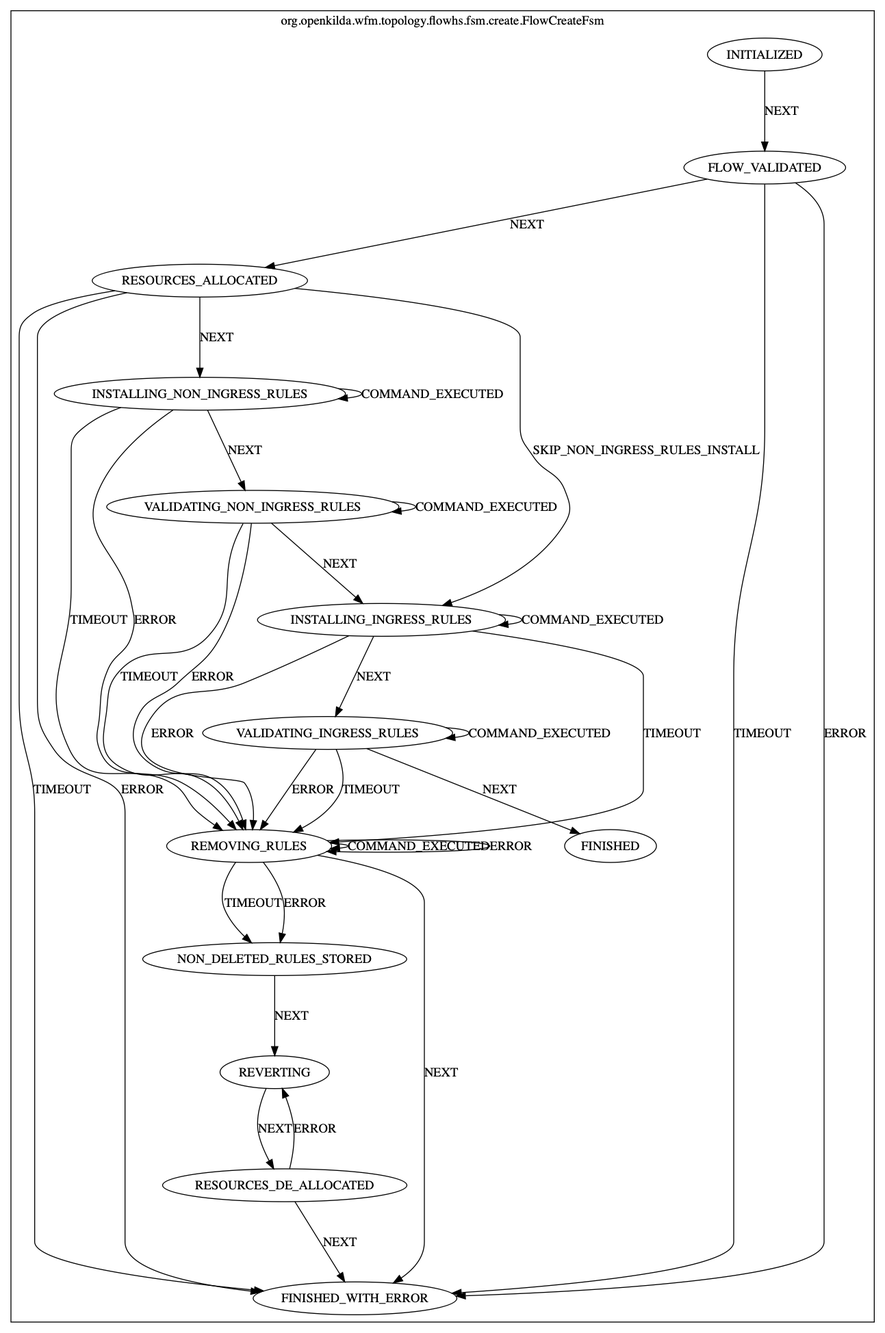
The Graphviz diagram docs/design/hub-and-spoke/crud/create/flow-create-fsm.png in telstra/open-kilda, before a commit. Its source is kept beside it as docs/design/hub-and-spoke/crud/create/flow-create-fsm.dot.
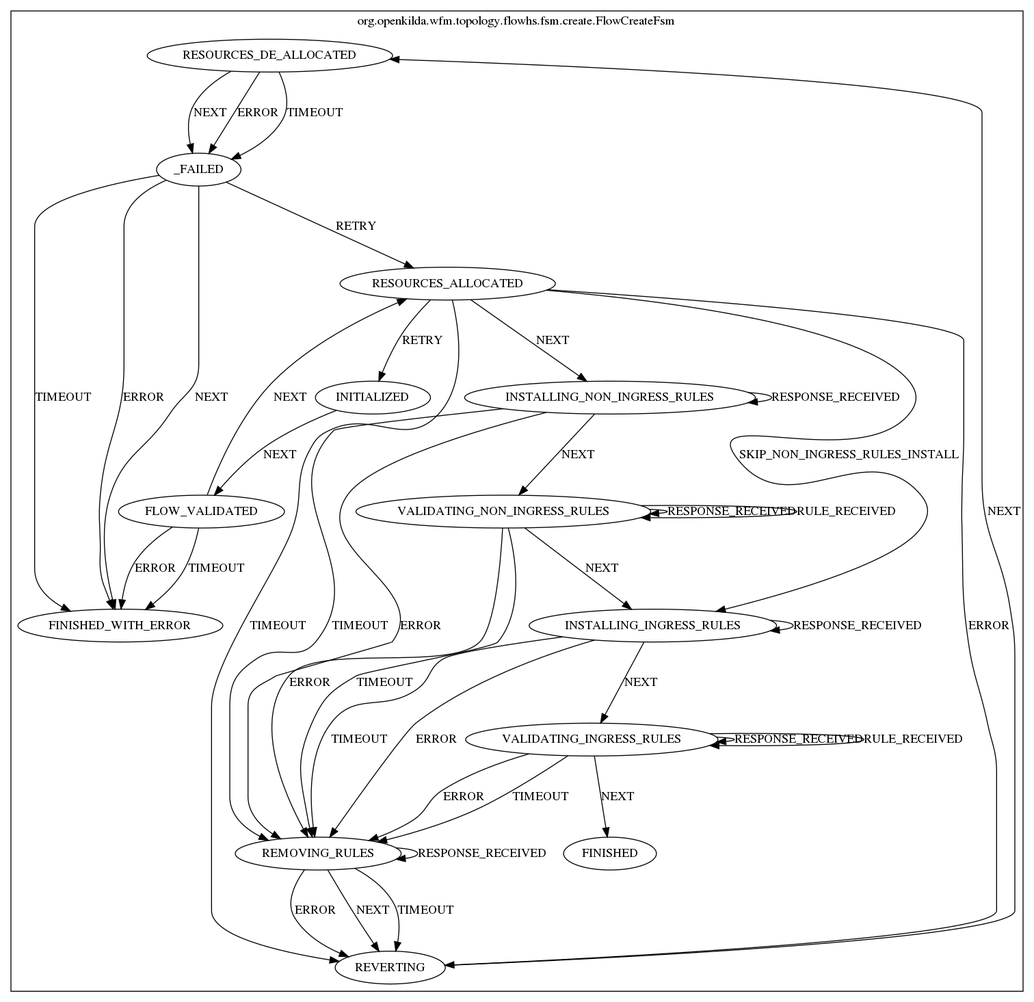
The same file after the commit.

The edit, as a diff of the source:
```diff
@@ -2,50 +2,56 @@
 compound=true;
 subgraph cluster_StateMachine {
 label="org.openkilda.wfm.topology.flowhs.fsm.create.FlowCreateFsm";
-INSTALLING_INGRESS_RULES [label="INSTALLING_INGRESS_RULES"];
-FLOW_VALIDATED [label="FLOW_VALIDATED"];
-REVERTING [label="REVERTING"];
-REMOVING_RULES [label="REMOVING_RULES"];
-NON_DELETED_RULES_STORED [label="NON_DELETED_RULES_STORED"];
+RESOURCES_DE_ALLOCATED [label="RESOURCES_DE_ALLOCATED"];
+RESOURCES_ALLOCATED [label="RESOURCES_ALLOCATED"];
 INITIALIZED [label="INITIALIZED"];
 VALIDATING_NON_INGRESS_RULES [label="VALIDATING_NON_INGRESS_RULES"];
+_FAILED [label="_FAILED"];
+VALIDATING_INGRESS_RULES [label="VALIDATING_INGRESS_RULES"];
 FINISHED [label="FINISHED"];
-RESOURCES_DE_ALLOCATED [label="RESOURCES_DE_ALLOCATED"];
-RESOURCES_ALLOCATED [label="RESOURCES_ALLOCATED"];
-VALIDATING_INGRESS_RULES [label="VALIDATING_INGRESS_RULES"];
+REVERTING [label="REVERTING"];
+FLOW_VALIDATED [label="FLOW_VALIDATED"];
+INSTALLING_INGRESS_RULES [label="INSTALLING_INGRESS_RULES"];
+FINISHED_WITH_ERROR [label="FINISHED_WITH_ERROR"];
 INSTALLING_NON_INGRESS_RULES [label="INSTALLING_NON_INGRESS_RULES"];
-FINISHED_WITH_ERROR [label="FINISHED_WITH_ERROR"];
+REMOVING_RULES [label="REMOVING_RULES"];
 
-INSTALLING_INGRESS_RULES -> INSTALLING_INGRESS_RULES [ label="COMMAND_EXECUTED"];
+RESOURCES_DE_ALLOCATED -> _FAILED [ label="ERROR"];
+RESOURCES_DE_ALLOCATED -> _FAILED [ label="TIMEOUT"];
+RESOURCES_DE_ALLOCATED -> _FAILED [ label="NEXT"];
+RESOURCES_ALLOCATED -> INITIALIZED [ label="RETRY"];
+RESOURCES_ALLOCATED -> INSTALLING_INGRESS_RULES [ label="SKIP_NON_INGRESS_RULES_INSTALL"];
+RESOURCES_ALLOCATED -> INSTALLING_NON_INGRESS_RULES [ label="NEXT"];
+RESOURCES_ALLOCATED -> REVERTING [ label="TIMEOUT"];
+RESOURCES_ALLOCATED -> REVERTING [ label="ERROR"];
+INITIALIZED -> FLOW_VALIDATED [ label="NEXT"];
+VALIDATING_NON_INGRESS_RULES -> VALIDATING_NON_INGRESS_RULES [ label="RESPONSE_RECEIVED"];
+VALIDATING_NON_INGRESS_RULES -> VALIDATING_NON_INGRESS_RULES [ label="RULE_RECEIVED"];
+VALIDATING_NON_INGRESS_RULES -> INSTALLING_INGRESS_RULES [ label="NEXT"];
+VALIDATING_NON_INGRESS_RULES -> REMOVING_RULES [ label="TIMEOUT"];
+VALIDATING_NON_INGRESS_RULES -> REMOVING_RULES [ label="ERROR"];
+_FAILED -> FINISHED_WITH_ERROR [ label="NEXT"];
+_FAILED -> RESOURCES_ALLOCATED [ label="RETRY"];
+_FAILED -> FINISHED_WITH_ERROR [ label="ERROR"];
+_FAILED -> FINISHED_WITH_ERROR [ label="TIMEOUT"];
+VALIDATING_INGRESS_RULES -> VALIDATING_INGRESS_RULES [ label="RESPONSE_RECEIVED"];
+VALIDATING_INGRESS_RULES -> VALIDATING_INGRESS_RULES [ label="RULE_RECEIVED"];
+VALIDATING_INGRESS_RULES -> FINISHED [ label="NEXT"];
+VALIDATING_INGRESS_RULES -> REMOVING_RULES [ label="TIMEOUT"];
+VALIDATING_INGRESS_RULES -> REMOVING_RULES [ label="ERROR"];
+REVERTING -> RESOURCES_DE_ALLOCATED [ label="NEXT"];
+FLOW_VALIDATED -> RESOURCES_ALLOCATED [ label="NEXT"];
+FLOW_VALIDATED -> FINISHED_WITH_ERROR [ label="TIMEOUT"];
+FLOW_VALIDATED -> FINISHED_WITH_ERROR [ label="ERROR"];
+INSTALLING_INGRESS_RULES -> INSTALLING_INGRESS_RULES [ label="RESPONSE_RECEIVED"];
 INSTALLING_INGRESS_RULES -> VALIDATING_INGRESS_RULES [ label="NEXT"];
 INSTALLING_INGRESS_RULES -> REMOVING_RULES [ label="TIMEOUT"];
 INSTALLING_INGRESS_RULES -> REMOVING_RULES [ label="ERROR"];
-FLOW_VALIDATED -> RESOURCES_ALLOCATED [ label="NEXT"];
-FLOW_VALIDATED -> FINISHED_WITH_ERROR [ label="TIMEOUT"];
-FLOW_VALIDATED -> FINISHED_WITH_ERROR [ label="ERROR"];
-REVERTING -> RESOURCES_DE_ALLOCATED [ label="NEXT"];
-REMOVING_RULES -> REMOVING_RULES [ label="COMMAND_EXECUTED"];
-REMOVING_RULES -> REMOVING_RULES [ label="ERROR"];
-REMOVING_RULES -> FINISHED_WITH_ERROR [ label="NEXT"];
-REMOVING_RULES -> NON_DELETED_RULES_STORED [ label="TIMEOUT"];
-REMOVING_RULES -> NON_DELETED_RULES_STORED [ label="ERROR"];
-NON_DELETED_RULES_STORED -> REVERTING [ label="NEXT"];
-INITIALIZED -> FLOW_VALIDATED [ label="NEXT"];
-VALIDATING_NON_INGRESS_RULES -> VALIDATING_NON_INGRESS_RULES [ label="COMMAND_EXECUTED"];
-VALIDATING_NON_INGRESS_RULES -> INSTALLING_INGRESS_RULES [ label="NEXT"];
-VALIDATING_NON_INGRESS_RULES -> REMOVING_RULES [ label="TIMEOUT"];
-VALIDATING_NON_INGRESS_RULES -> REMOVING_RULES [ label="ERROR"];
-RESOURCES_DE_ALLOCATED -> REVERTING [ label="ERROR"];
-RESOURCES_DE_ALLOCATED -> FINISHED_WITH_ERROR [ label="NEXT"];
-RESOURCES_ALLOCATED -> INSTALLING_INGRESS_RULES [ label="SKIP_NON_INGRESS_RULES_INSTALL"];
-RESOURCES_ALLOCATED -> INSTALLING_NON_INGRESS_RULES [ label="NEXT"];
-RESOURCES_ALLOCATED -> FINISHED_WITH_ERROR [ label="TIMEOUT"];
-RESOURCES_ALLOCATED -> FINISHED_WITH_ERROR [ label="ERROR"];
-VALIDATING_INGRESS_RULES -> VALIDATING_INGRESS_RULES [ label="COMMAND_EXECUTED"];
-VALIDATING_INGRESS_RULES -> FINISHED [ label="NEXT"];
-VALIDATING_INGRESS_RULES -> REMOVING_RULES [ label="TIMEOUT"];
-VALIDATING_INGRESS_RULES -> REMOVING_RULES [ label="ERROR"];
-INSTALLING_NON_INGRESS_RULES -> INSTALLING_NON_INGRESS_RULES [ label="COMMAND_EXECUTED"];
+INSTALLING_NON_INGRESS_RULES -> INSTALLING_NON_INGRESS_RULES [ label="RESPONSE_RECEIVED"];
 INSTALLING_NON_INGRESS_RULES -> VALIDATING_NON_INGRESS_RULES [ label="NEXT"];
 INSTALLING_NON_INGRESS_RULES -> REMOVING_RULES [ label="TIMEOUT"];
-INSTALLING_NON_INGRESS_RULES -> REMOVING_RULES [ label="ERROR"];}}
+INSTALLING_NON_INGRESS_RULES -> REMOVING_RULES [ label="ERROR"];
+REMOVING_RULES -> REMOVING_RULES [ label="RESPONSE_RECEIVED"];
+REMOVING_RULES -> REVERTING [ label="TIMEOUT"];
+REMOVING_RULES -> REVERTING [ label="ERROR"];
+REMOVING_RULES -> REVERTING [ label="NEXT"];}}
```
